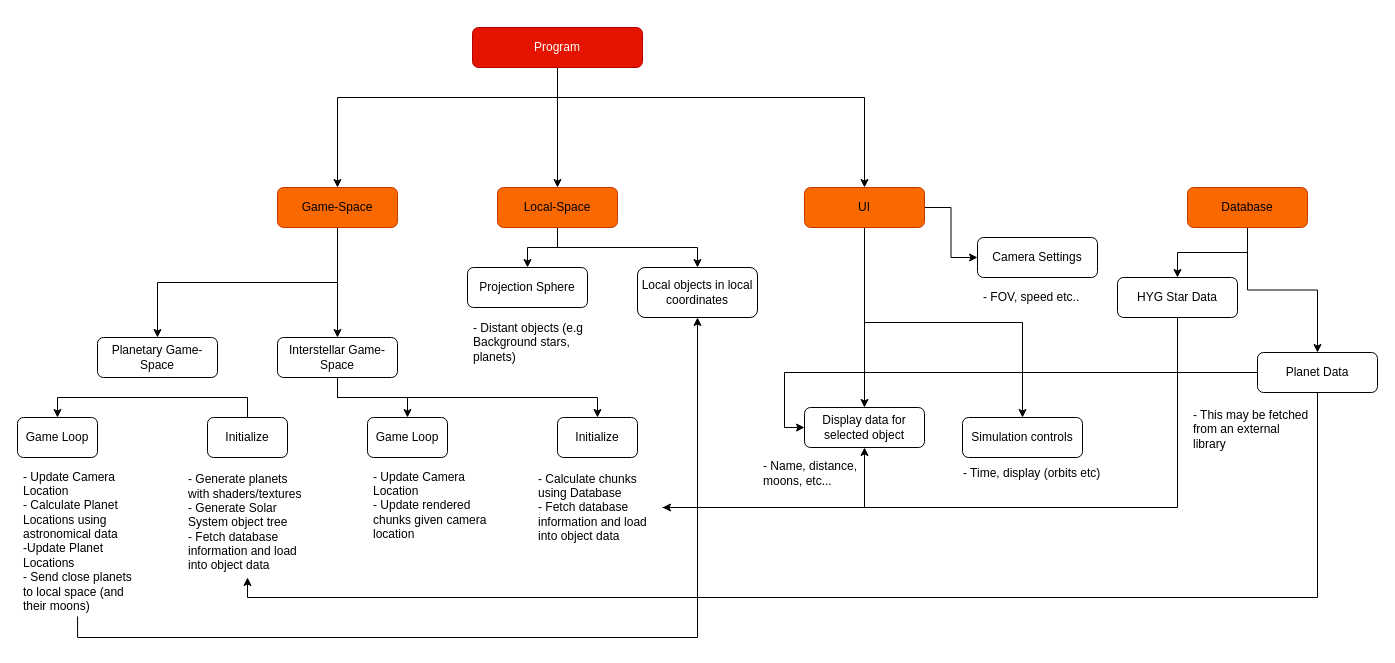
Earlier version of the draw.io diagram diagram.drawio (zoravar-s/panda3d-keplerian-physsim). Source tidied: cells renumbered, new cells numbered last; positions are measured from the earlier drawing's top-left corner, leaving out a move shared by most shapes. Both pictures are drawn from the tidied source at 100%, with x=0, y=0 at pixel (17, 27).
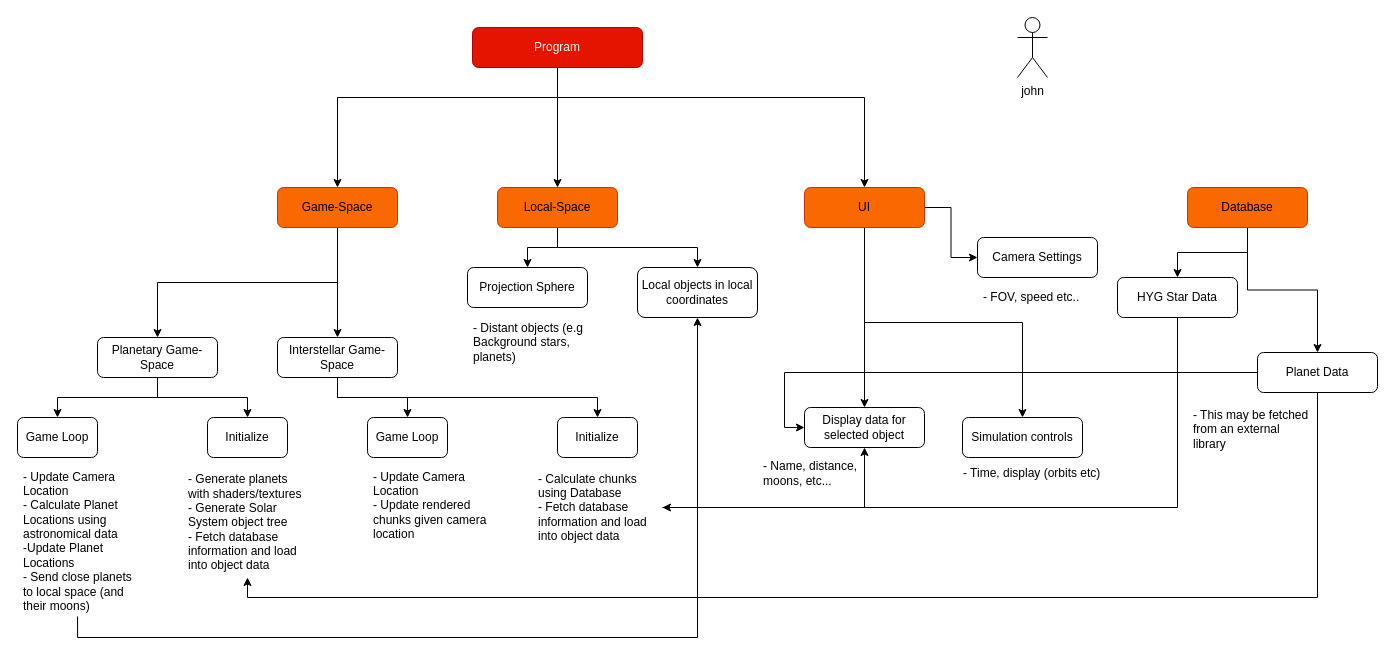
After the change.

The change refers to these unchanged cells:
```xml
<mxCell id="6" value="Planetary Game-Space" style="rounded=1;whiteSpace=wrap;html=1;" parent="1" vertex="1">
  <mxGeometry x="80" y="310" width="120" height="40" as="geometry" />
</mxCell>
<mxCell id="10" value="Game Loop" style="rounded=1;whiteSpace=wrap;html=1;" parent="1" vertex="1">
  <mxGeometry y="390" width="80" height="40" as="geometry" />
</mxCell>
<mxCell id="12" value="Initialize" style="rounded=1;whiteSpace=wrap;html=1;" parent="1" vertex="1">
  <mxGeometry x="190" y="390" width="80" height="40" as="geometry" />
</mxCell>
```

What changed in the source:
```diff
@@
-    <mxCell id="5" style="edgeStyle=orthogonalEdgeStyle;rounded=0;jettySize=auto;html=1;exitX=0.5;exitY=0;exitDx=0;exitDy=0;entryX=0.5;entryY=0;entryDx=0;entryDy=0;" parent="1" edge="1" source="12" target="10">
-      <mxGeometry relative="1" as="geometry" />
-    </mxCell>
+    <mxCell id="49" style="edgeStyle=orthogonalEdgeStyle;rounded=0;jettySize=auto;html=1;exitX=0.5;exitY=1;exitDx=0;exitDy=0;entryX=0.5;entryY=0;entryDx=0;entryDy=0;" parent="1" edge="1" source="6" target="10">
+      <mxGeometry relative="1" as="geometry" />
+    </mxCell>
+    <mxCell id="50" style="edgeStyle=orthogonalEdgeStyle;rounded=0;jettySize=auto;html=1;exitX=0.5;exitY=1;exitDx=0;exitDy=0;entryX=0.5;entryY=0;entryDx=0;entryDy=0;" parent="1" edge="1" source="6" target="12">
+      <mxGeometry relative="1" as="geometry" />
+    </mxCell>
@@
+    <mxCell id="51" value="john" style="shape=umlActor;verticalLabelPosition=bottom;verticalAlign=top;html=1;" parent="1" vertex="1">
+      <mxGeometry x="1000" y="-10" width="30" height="60" as="geometry" />
+    </mxCell>
```
